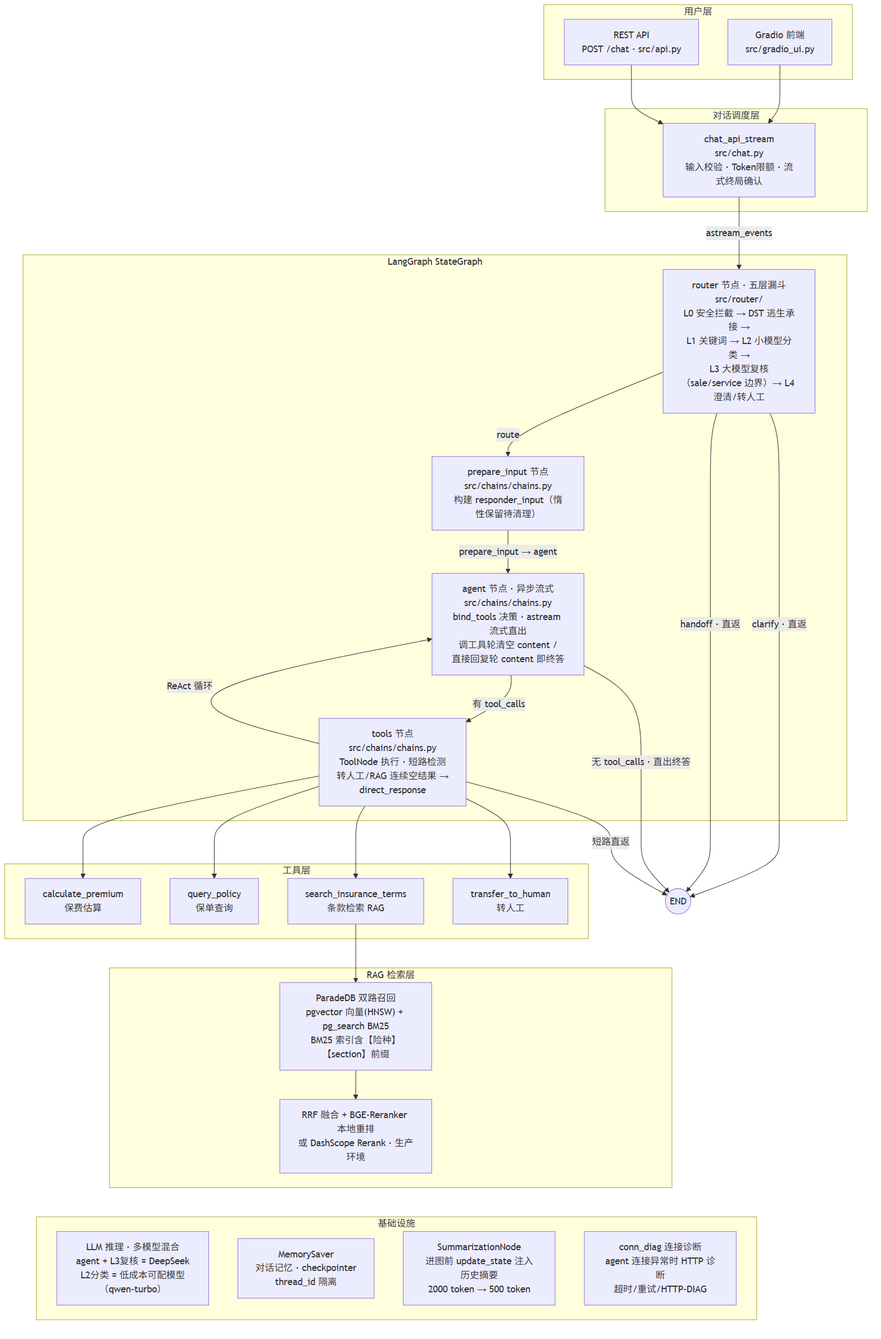
This is doc/architecture.png from rooneyron/car_insurance_mvp, a Mermaid export, as it was before one commit. Its source is kept beside it as doc/architecture.mmd.
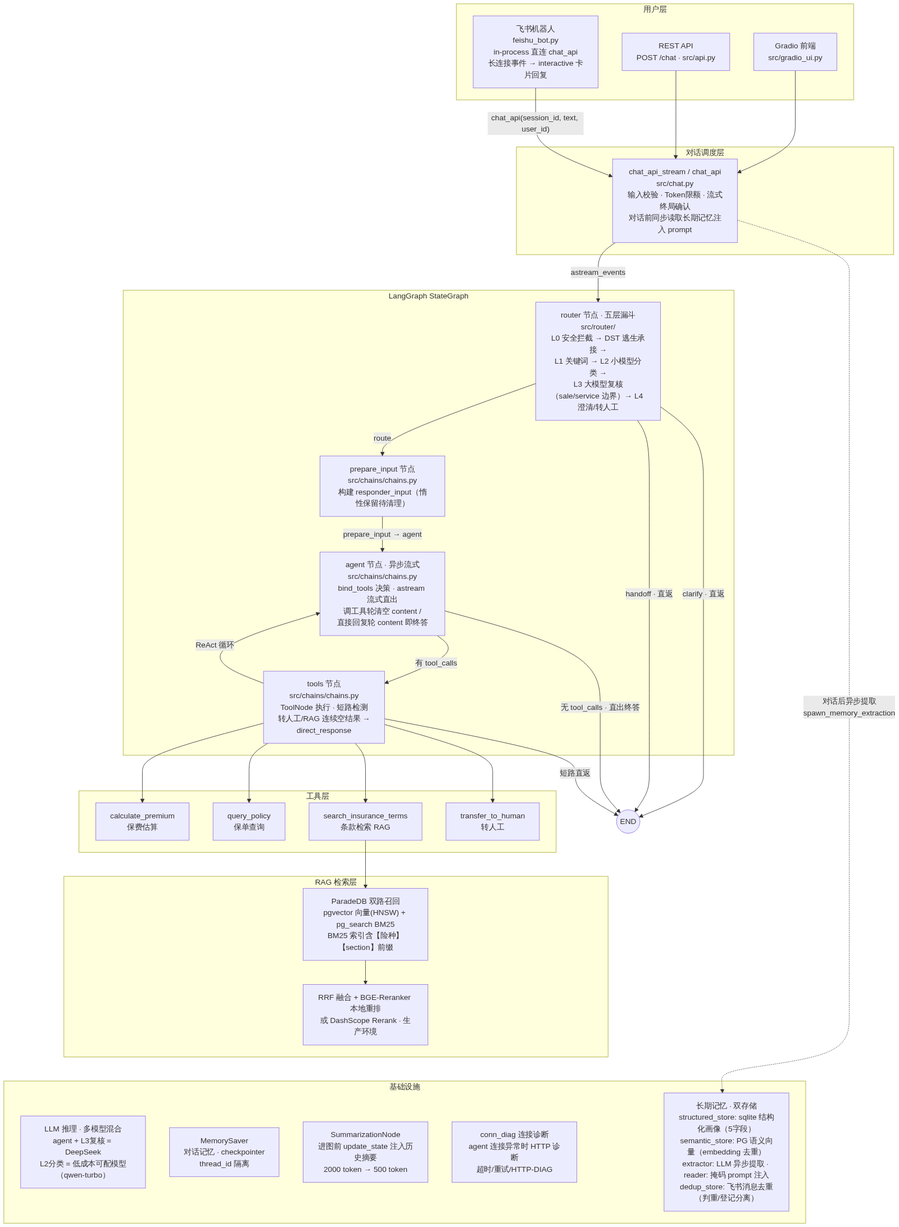
Later version of the same file.

Change to the diagram source:
```diff
@@ -4,10 +4,11 @@
     subgraph 用户层
         A["Gradio 前端<br/>src/gradio_ui.py"]
         B["REST API<br/>POST /chat · src/api.py"]
+        FS["飞书机器人<br/>feishu_bot.py<br/>in-process 直连 chat_api<br/>长连接事件 → interactive 卡片回复"]
     end
 
     subgraph 对话调度层
-        C["chat_api_stream<br/>src/chat.py<br/>输入校验 · Token限额 · 流式终局确认"]
+        C["chat_api_stream / chat_api<br/>src/chat.py<br/>输入校验 · Token限额 · 流式终局确认<br/>对话前同步读取长期记忆注入 prompt"]
     end
 
     subgraph LangGraph StateGraph
@@ -34,10 +35,12 @@
         O["MemorySaver<br/>对话记忆 · checkpointer<br/>thread_id 隔离"]
         P["SummarizationNode<br/>进图前 update_state 注入历史摘要<br/>2000 token → 500 token"]
         Q["conn_diag 连接诊断<br/>agent 连接异常时 HTTP 诊断<br/>超时/重试/HTTP-DIAG"]
+        MEM["长期记忆 · 双存储<br/>structured_store: sqlite 结构化画像（5字段）<br/>semantic_store: PG 语义向量（embedding 去重）<br/>extractor: LLM 异步提取 · reader: 掩码 prompt 注入<br/>dedup_store: 飞书消息去重（判重/登记分离）"]
     end
 
     A --> C
     B --> C
+    FS -->|"chat_api(session_id, text, user_id)"| C
     C -->|"astream_events"| D
     D -->|"route"| D2
     D -->|"clarify · 直返"| END_NODE
@@ -57,3 +60,5 @@
     M ~~~ O
     M ~~~ P
     M ~~~ Q
+    M ~~~ MEM
+    C -.->|"对话后异步提取<br/>spawn_memory_extraction"| MEM
```
